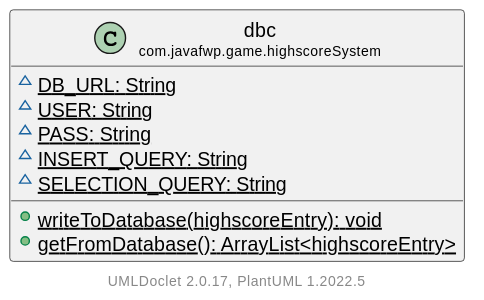
Above: javadoc/apidocs/com/javafwp/game/highscoreSystem/dbc.svg in SenpaiSimon/Java-FWP-AI-B6-Projekt (PlantUML), before the change. Source of this version:
```plantuml
@startuml
    set namespaceSeparator none
    hide empty fields
    hide empty methods

    class "<size:14>dbc\n<size:10>com.javafwp.game.highscoreSystem" as com.javafwp.game.highscoreSystem.dbc [[dbc.html]] {
        {static} ~DB_URL: String
        {static} ~USER: String
        {static} ~PASS: String
        {static} ~INSERT_QUERY: String
        {static} ~SELECTION_QUERY: String
        {static} +writeToDatabase(highscoreEntry): void
        {static} +getFromDatabase(): ArrayList<highscoreEntry>
    }

    center footer UMLDoclet 2.0.17, PlantUML 1.2022.5
@enduml
```
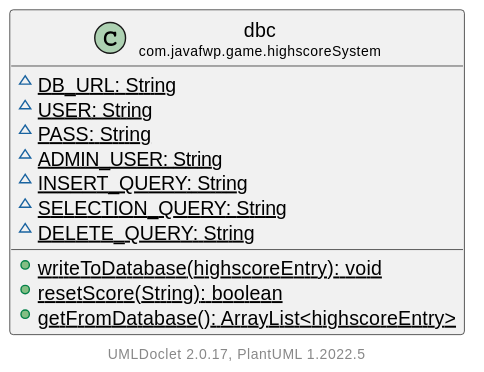
Later version of the same file.

Diff of the diagram source:
```diff
@@ -7,9 +7,12 @@
         {static} ~DB_URL: String
         {static} ~USER: String
         {static} ~PASS: String
+        {static} ~ADMIN_USER: String
         {static} ~INSERT_QUERY: String
         {static} ~SELECTION_QUERY: String
+        {static} ~DELETE_QUERY: String
         {static} +writeToDatabase(highscoreEntry): void
+        {static} +resetScore(String): boolean
         {static} +getFromDatabase(): ArrayList<highscoreEntry>
     }
 
```
